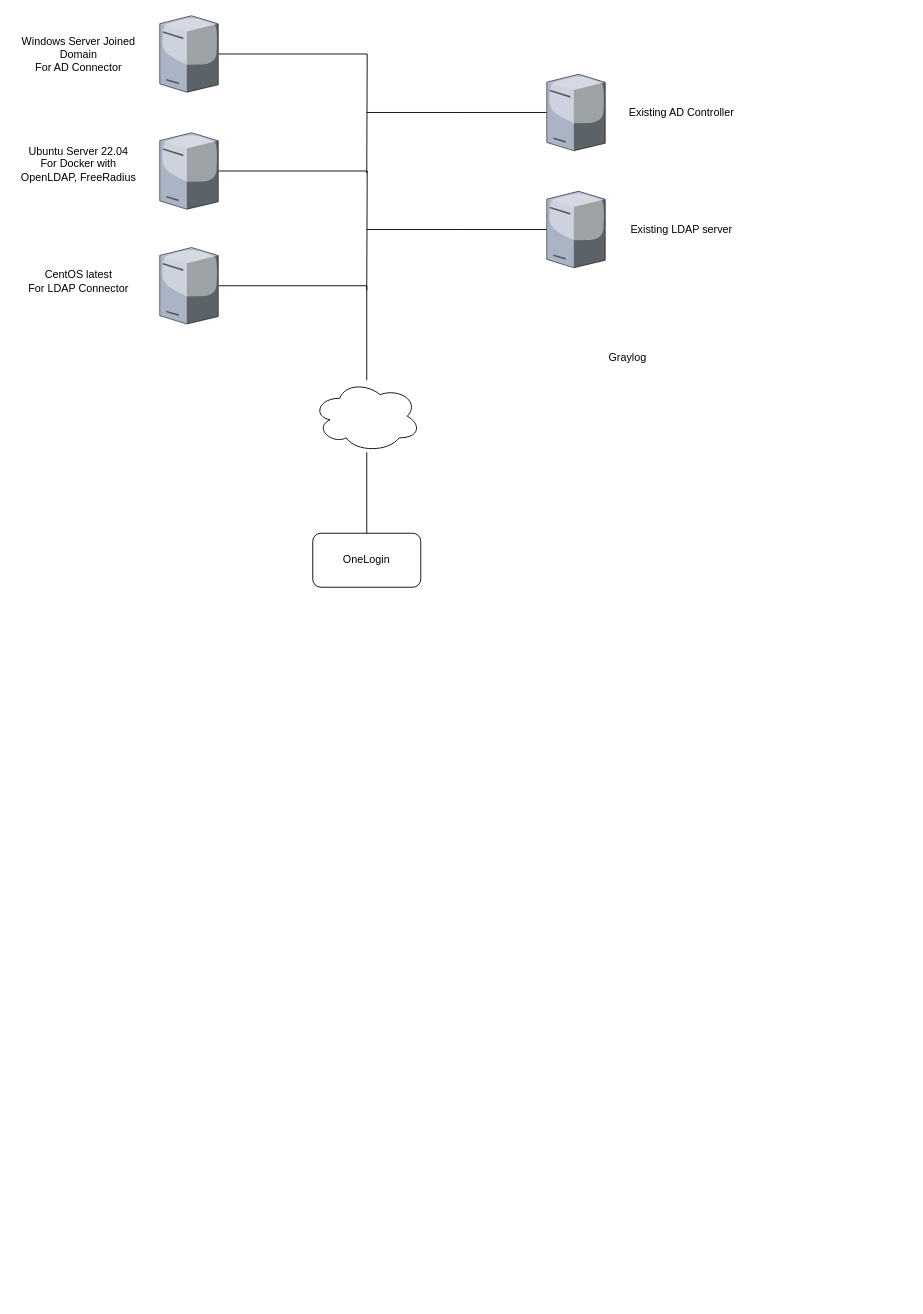
awtbet/mock keeps this draw.io diagram as cu_poc.drawio. Above is the earlier version. Source tidied: cells renumbered, new cells numbered last; positions are measured from the earlier drawing's top-left corner, leaving out a move shared by most shapes. Both pictures are drawn from the tidied source at 90%, with x=0, y=0 at pixel (15, 15).
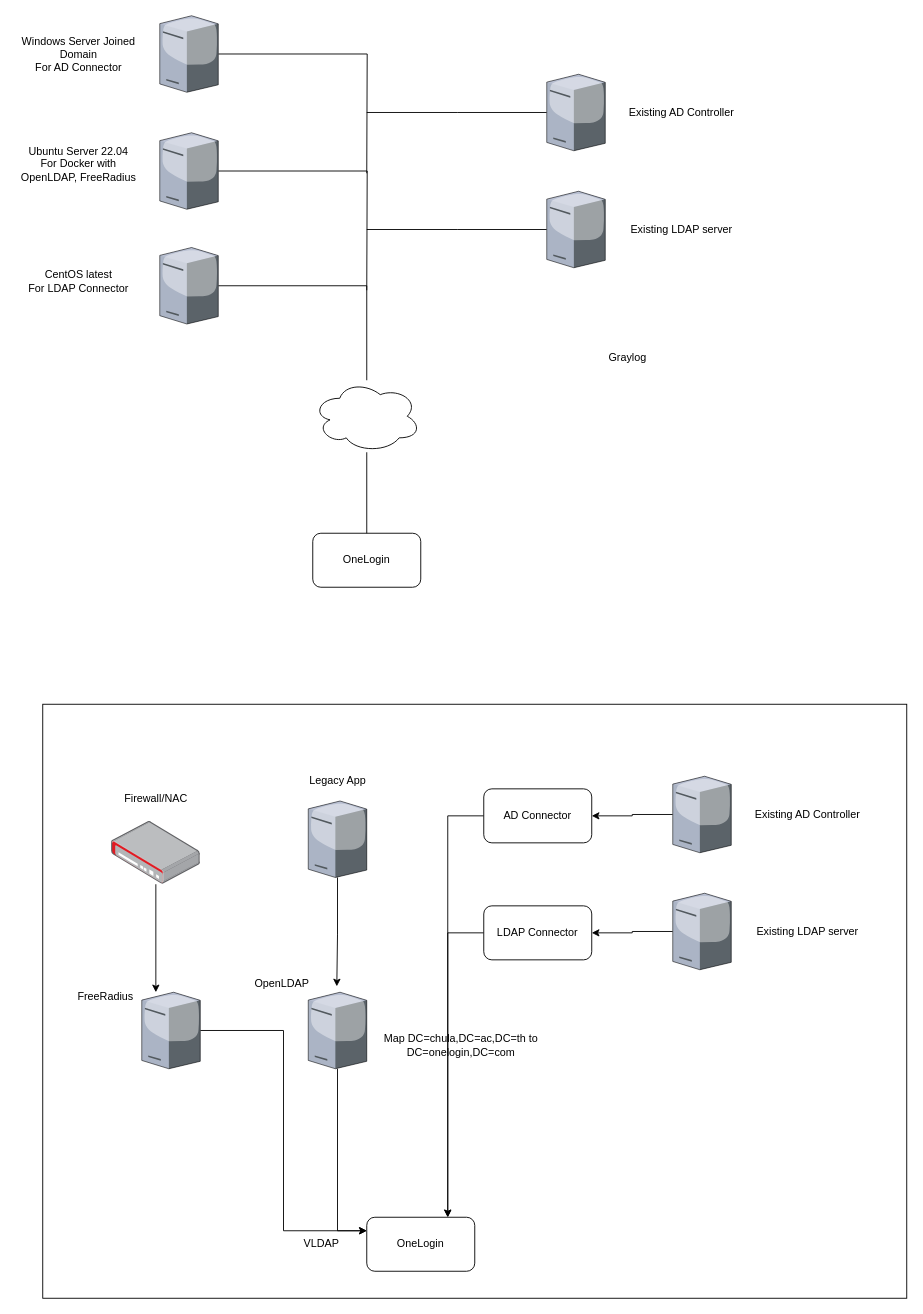
The same diagram, later.

What changed in the source:
```diff
@@
+    <mxCell id="21" value="OneLogin" style="rounded=1;whiteSpace=wrap;html=1;" parent="1" vertex="1">
+      <mxGeometry x="390" y="1335" width="120" height="60" as="geometry" />
+    </mxCell>
+    <mxCell id="22" style="edgeStyle=orthogonalEdgeStyle;rounded=0;jettySize=auto;html=1;entryX=0;entryY=0.25;entryDx=0;entryDy=0;" parent="1" edge="1" source="23" target="21">
+      <mxGeometry relative="1" as="geometry" />
+    </mxCell>
+    <mxCell id="23" style="verticalLabelPosition=bottom;html=1;verticalAlign=top;strokeColor=none;shape=mxgraph.citrix.tower_server;rounded=0;shadow=0;comic=0;fontFamily=Verdana;" parent="1" vertex="1">
+      <mxGeometry x="140" y="1085" width="65" height="85" as="geometry" />
+    </mxCell>
+    <mxCell id="24" style="edgeStyle=orthogonalEdgeStyle;rounded=0;jettySize=auto;html=1;entryX=0;entryY=0.25;entryDx=0;entryDy=0;" parent="1" edge="1" source="25" target="21">
+      <mxGeometry relative="1" as="geometry" />
+    </mxCell>
+    <mxCell id="25" style="verticalLabelPosition=bottom;html=1;verticalAlign=top;strokeColor=none;shape=mxgraph.citrix.tower_server;rounded=0;shadow=0;comic=0;fontFamily=Verdana;" parent="1" vertex="1">
+      <mxGeometry x="325" y="1085" width="65" height="85" as="geometry" />
+    </mxCell>
+    <mxCell id="26" style="edgeStyle=orthogonalEdgeStyle;rounded=0;jettySize=auto;html=1;entryX=1;entryY=0.5;entryDx=0;entryDy=0;" parent="1" edge="1" source="27" target="37">
+      <mxGeometry relative="1" as="geometry" />
+    </mxCell>
+    <mxCell id="27" style="verticalLabelPosition=bottom;html=1;verticalAlign=top;strokeColor=none;shape=mxgraph.citrix.tower_server;rounded=0;shadow=0;comic=0;fontFamily=Verdana;" parent="1" vertex="1">
+      <mxGeometry x="730" y="845" width="65" height="85" as="geometry" />
+    </mxCell>
+    <mxCell id="28" style="edgeStyle=orthogonalEdgeStyle;rounded=0;jettySize=auto;html=1;entryX=1;entryY=0.5;entryDx=0;entryDy=0;" parent="1" edge="1" source="29" target="39">
+      <mxGeometry relative="1" as="geometry" />
+    </mxCell>
+    <mxCell id="29" style="verticalLabelPosition=bottom;html=1;verticalAlign=top;strokeColor=none;shape=mxgraph.citrix.tower_server;rounded=0;shadow=0;comic=0;fontFamily=Verdana;" parent="1" vertex="1">
+      <mxGeometry x="730" y="975" width="65" height="85" as="geometry" />
+    </mxCell>
+    <mxCell id="30" value="Existing AD Controller" style="text;html=1;strokeColor=none;fillColor=none;align=center;verticalAlign=middle;whiteSpace=wrap;rounded=0;" parent="1" vertex="1">
+      <mxGeometry x="810" y="872.5" width="140" height="30" as="geometry" />
+    </mxCell>
+    <mxCell id="31" value="Existing LDAP server" style="text;html=1;strokeColor=none;fillColor=none;align=center;verticalAlign=middle;whiteSpace=wrap;rounded=0;" parent="1" vertex="1">
+      <mxGeometry x="810" y="1002.5" width="140" height="30" as="geometry" />
+    </mxCell>
+    <mxCell id="32" style="edgeStyle=orthogonalEdgeStyle;rounded=0;jettySize=auto;html=1;entryX=0.241;entryY=0;entryDx=0;entryDy=0;entryPerimeter=0;" parent="1" edge="1" source="33" target="23">
+      <mxGeometry relative="1" as="geometry" />
+    </mxCell>
+    <mxCell id="33" style="points=[];html=1;align=center;shadow=0;dashed=0;image;image=img/lib/allied_telesis/security/Router_VPN.svg;" parent="1" vertex="1">
+      <mxGeometry x="106.4" y="895" width="98.6" height="70" as="geometry" />
+    </mxCell>
+    <mxCell id="34" style="edgeStyle=orthogonalEdgeStyle;rounded=0;jettySize=auto;html=1;entryX=0.488;entryY=-0.077;entryDx=0;entryDy=0;entryPerimeter=0;" parent="1" edge="1" source="35" target="25">
+      <mxGeometry relative="1" as="geometry" />
+    </mxCell>
+    <mxCell id="35" style="verticalLabelPosition=bottom;html=1;verticalAlign=top;strokeColor=none;shape=mxgraph.citrix.tower_server;rounded=0;shadow=0;comic=0;fontFamily=Verdana;" parent="1" vertex="1">
+      <mxGeometry x="325" y="872.5" width="65" height="85" as="geometry" />
+    </mxCell>
+    <mxCell id="36" style="edgeStyle=orthogonalEdgeStyle;rounded=0;jettySize=auto;html=1;entryX=0.75;entryY=0;entryDx=0;entryDy=0;" parent="1" edge="1" source="37" target="21">
+      <mxGeometry relative="1" as="geometry" />
+    </mxCell>
+    <mxCell id="37" value="AD Connector" style="rounded=1;whiteSpace=wrap;html=1;" parent="1" vertex="1">
+      <mxGeometry x="520" y="859" width="120" height="60" as="geometry" />
+    </mxCell>
+    <mxCell id="38" style="edgeStyle=orthogonalEdgeStyle;rounded=0;jettySize=auto;html=1;entryX=0.75;entryY=0;entryDx=0;entryDy=0;" parent="1" edge="1" source="39" target="21">
+      <mxGeometry relative="1" as="geometry" />
+    </mxCell>
+    <mxCell id="39" value="LDAP Connector" style="rounded=1;whiteSpace=wrap;html=1;" parent="1" vertex="1">
+      <mxGeometry x="520" y="989" width="120" height="60" as="geometry" />
+    </mxCell>
+    <mxCell id="40" value="Legacy App" style="text;html=1;strokeColor=none;fillColor=none;align=center;verticalAlign=middle;whiteSpace=wrap;rounded=0;" parent="1" vertex="1">
+      <mxGeometry x="287.5" y="835" width="140" height="30" as="geometry" />
+    </mxCell>
+    <mxCell id="41" value="Firewall/NAC" style="text;html=1;strokeColor=none;fillColor=none;align=center;verticalAlign=middle;whiteSpace=wrap;rounded=0;" parent="1" vertex="1">
+      <mxGeometry x="85.7" y="855" width="140" height="30" as="geometry" />
+    </mxCell>
+    <mxCell id="42" value="FreeRadius" style="text;html=1;strokeColor=none;fillColor=none;align=center;verticalAlign=middle;whiteSpace=wrap;rounded=0;" parent="1" vertex="1">
+      <mxGeometry x="30" y="1075" width="140" height="30" as="geometry" />
+    </mxCell>
+    <mxCell id="43" value="OpenLDAP" style="text;html=1;strokeColor=none;fillColor=none;align=center;verticalAlign=middle;whiteSpace=wrap;rounded=0;" parent="1" vertex="1">
+      <mxGeometry x="225.7" y="1061" width="140" height="30" as="geometry" />
+    </mxCell>
+    <mxCell id="44" value="Map DC=chula,DC=ac,DC=th to DC=onelogin,DC=com" style="text;html=1;strokeColor=none;fillColor=none;align=center;verticalAlign=middle;whiteSpace=wrap;rounded=0;" parent="1" vertex="1">
+      <mxGeometry x="400" y="1112.5" width="190" height="62.5" as="geometry" />
+    </mxCell>
+    <mxCell id="45" value="VLDAP" style="text;html=1;strokeColor=none;fillColor=none;align=center;verticalAlign=middle;whiteSpace=wrap;rounded=0;" parent="1" vertex="1">
+      <mxGeometry x="270" y="1350" width="140" height="30" as="geometry" />
+    </mxCell>
+    <mxCell id="46" style="rounded=0;whiteSpace=wrap;html=1;fillColor=none;" parent="1" vertex="1">
+      <mxGeometry x="30" y="765" width="960" height="660" as="geometry" />
+    </mxCell>
```
